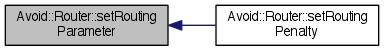
Earlier version of the Graphviz export documentation/classAvoid_1_1Router_a596cecf98ff1b40a8ee5c703e175ff62_icgraph.png (mjwybrow/adaptagrams). Its source is kept beside it as documentation/classAvoid_1_1Router_a596cecf98ff1b40a8ee5c703e175ff62_icgraph.dot.
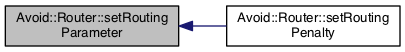
Above is the later version.

The edit, as a diff of the source:
```diff
@@ -3,7 +3,7 @@
   edge [fontname="Helvetica",fontsize="10",labelfontname="Helvetica",labelfontsize="10"];
   node [fontname="Helvetica",fontsize="10",shape=record];
   rankdir="LR";
-  Node1 [label="Avoid::Router::setRouting\lParameter",height=0.2,width=0.4,color="black", fillcolor="grey75", style="filled" fontcolor="black"];
+  Node1 [label="Avoid::Router::setRouting\lParameter",height=0.2,width=0.4,color="black", fillcolor="grey75", style="filled", fontcolor="black"];
   Node1 -> Node2 [dir="back",color="midnightblue",fontsize="10",style="solid",fontname="Helvetica"];
-  Node2 [label="Avoid::Router::setRouting\lPenalty",height=0.2,width=0.4,color="black", fillcolor="white", style="filled",URL="$classAvoid_1_1Router.html#acbda0590ff3234faad409e2f39e1c9ec",tooltip="Sets or removes penalty values that are applied during connector routing."];
+  Node2 [label="Avoid::Router::setRouting\lPenalty",height=0.2,width=0.4,color="black", fillcolor="white", style="filled",URL="$classAvoid_1_1Router.html#acbda0590ff3234faad409e2f39e1c9ec",tooltip="Sets or removes penalty values that are applied during connector routing. "];
 }
```
